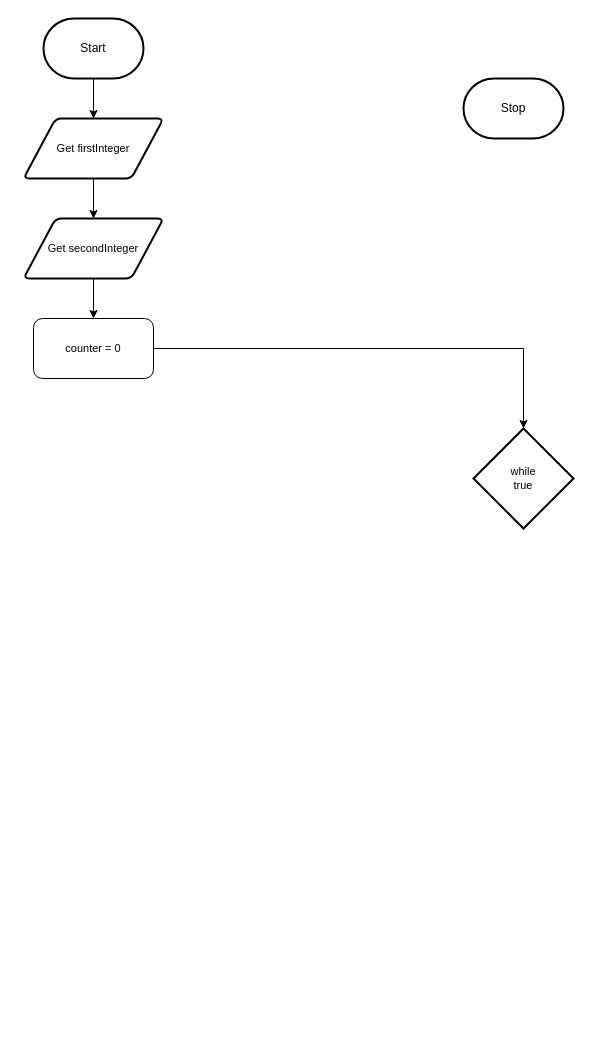
Before: design/flowchart.drawio in MTHS-ICD2O-1-2024/ICD2O-Unit-5-08-Olivia-Ten-Den, a draw.io diagram. Source tidied: cells renumbered, new cells numbered last; positions are measured from the earlier drawing's top-left corner, leaving out a move shared by most shapes. Both pictures are drawn from the tidied source at 100%, with x=0, y=0 at pixel (23, 18).
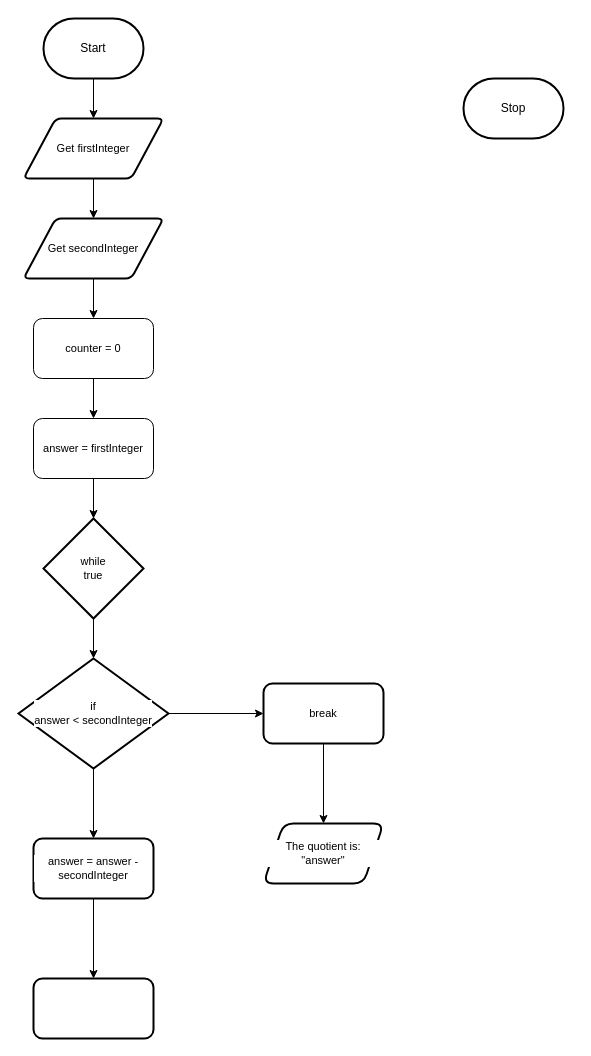
After the change.

The edit, as a diff of the source:
```diff
@@
+    <mxCell id="12" style="edgeStyle=none;html=1;" parent="1" edge="1" source="10" target="9">
+      <mxGeometry relative="1" as="geometry" />
+    </mxCell>
+    <mxCell id="10" value="counter = 0" style="rounded=1;whiteSpace=wrap;html=1;fontFamily=Helvetica;fontSize=11;fontColor=default;labelBackgroundColor=default;" parent="1" vertex="1">
+      <mxGeometry x="10" y="300" width="120" height="60" as="geometry" />
+    </mxCell>
+    <mxCell id="13" style="edgeStyle=none;html=1;" parent="1" edge="1" source="11" target="17">
+      <mxGeometry relative="1" as="geometry" />
+    </mxCell>
+    <mxCell id="11" value="while&lt;div&gt;true&lt;/div&gt;" style="strokeWidth=2;html=1;shape=mxgraph.flowchart.decision;whiteSpace=wrap;fontFamily=Helvetica;fontSize=11;fontColor=default;labelBackgroundColor=default;" parent="1" vertex="1">
+      <mxGeometry x="20" y="500" width="100" height="100" as="geometry" />
+    </mxCell>
+    <mxCell id="14" style="edgeStyle=none;html=1;" parent="1" edge="1" source="9" target="11">
+      <mxGeometry relative="1" as="geometry" />
+    </mxCell>
-    <mxCell id="9" style="edgeStyle=orthogonalEdgeStyle;shape=connector;rounded=0;html=1;strokeColor=default;align=center;verticalAlign=middle;fontFamily=Helvetica;fontSize=11;fontColor=default;labelBackgroundColor=default;endArrow=classic;" parent="1" edge="1" source="10" target="11">
-      <mxGeometry relative="1" as="geometry" />
+    <mxCell id="9" value="answer = firstInteger" style="rounded=1;whiteSpace=wrap;html=1;fontFamily=Helvetica;fontSize=11;fontColor=default;labelBackgroundColor=default;" parent="1" vertex="1">
+      <mxGeometry x="10" y="400" width="120" height="60" as="geometry" />
     </mxCell>
-    <mxCell id="10" value="counter = 0" style="rounded=1;whiteSpace=wrap;html=1;fontFamily=Helvetica;fontSize=11;fontColor=default;labelBackgroundColor=default;" parent="1" vertex="1">
-      <mxGeometry x="10" y="300" width="120" height="60" as="geometry" />
-    </mxCell>
-    <mxCell id="11" value="while&lt;div&gt;true&lt;/div&gt;" style="strokeWidth=2;html=1;shape=mxgraph.flowchart.decision;whiteSpace=wrap;fontFamily=Helvetica;fontSize=11;fontColor=default;labelBackgroundColor=default;" parent="1" vertex="1">
-      <mxGeometry x="450" y="410" width="100" height="100" as="geometry" />
-    </mxCell>
+    <mxCell id="15" style="edgeStyle=none;html=1;" parent="1" edge="1" source="17" target="19">
+      <mxGeometry relative="1" as="geometry" />
+    </mxCell>
+    <mxCell id="16" style="edgeStyle=none;html=1;" parent="1" edge="1" source="17" target="22">
+      <mxGeometry relative="1" as="geometry" />
+    </mxCell>
+    <mxCell id="17" value="if&lt;div&gt;answer &amp;lt; secondInteger&lt;/div&gt;" style="strokeWidth=2;html=1;shape=mxgraph.flowchart.decision;whiteSpace=wrap;fontFamily=Helvetica;fontSize=11;fontColor=default;labelBackgroundColor=default;" parent="1" vertex="1">
+      <mxGeometry x="-5" y="640" width="150" height="110" as="geometry" />
+    </mxCell>
+    <mxCell id="18" style="edgeStyle=none;html=1;" parent="1" edge="1" source="19" target="20">
+      <mxGeometry relative="1" as="geometry" />
+    </mxCell>
+    <mxCell id="19" value="break" style="rounded=1;whiteSpace=wrap;html=1;fontSize=11;strokeWidth=2;labelBackgroundColor=default;" parent="1" vertex="1">
+      <mxGeometry x="240" y="665" width="120" height="60" as="geometry" />
+    </mxCell>
+    <mxCell id="20" value="The quotient is: &quot;answer&quot;" style="shape=parallelogram;perimeter=parallelogramPerimeter;whiteSpace=wrap;html=1;fixedSize=1;fontSize=11;rounded=1;strokeWidth=2;labelBackgroundColor=default;" parent="1" vertex="1">
+      <mxGeometry x="240" y="805" width="120" height="60" as="geometry" />
+    </mxCell>
+    <mxCell id="21" style="edgeStyle=none;html=1;" parent="1" edge="1" source="22" target="23">
+      <mxGeometry relative="1" as="geometry" />
+    </mxCell>
+    <mxCell id="22" value="answer = answer - secondInteger" style="rounded=1;whiteSpace=wrap;html=1;fontSize=11;strokeWidth=2;labelBackgroundColor=default;" parent="1" vertex="1">
+      <mxGeometry x="10" y="820" width="120" height="60" as="geometry" />
+    </mxCell>
+    <mxCell id="23" style="rounded=1;whiteSpace=wrap;html=1;fontSize=11;strokeWidth=2;labelBackgroundColor=default;" parent="1" vertex="1">
+      <mxGeometry x="10" y="960" width="120" height="60" as="geometry" />
+    </mxCell>
```
